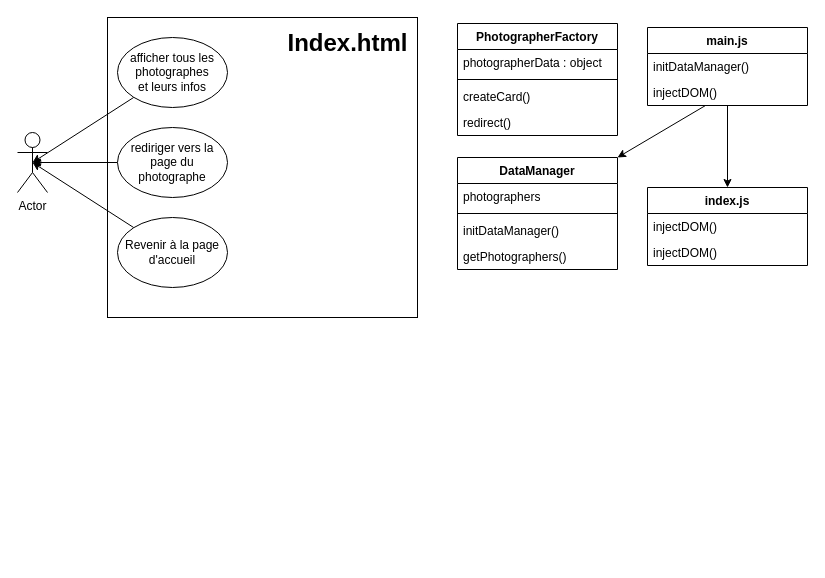
lokkotara/Front-End-Fisheye keeps this draw.io diagram as schema.drawio. Above is the earlier version. Source tidied: cells renumbered, new cells numbered last; positions are measured from the earlier drawing's top-left corner, leaving out a move shared by most shapes. Both pictures are drawn from the tidied source at 100%, with x=0, y=0 at pixel (17, 17).
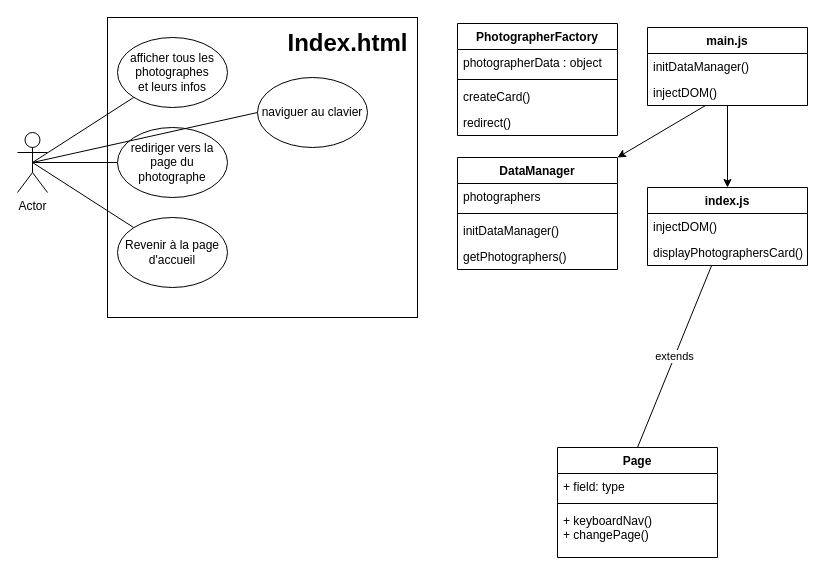
Above is the later version.

Unchanged cells that the change refers to:
```xml
<mxCell id="2" value="Actor" style="shape=umlActor;verticalLabelPosition=bottom;verticalAlign=top;html=1;outlineConnect=0;" parent="1" vertex="1">
  <mxGeometry y="115" width="30" height="60" as="geometry" />
</mxCell>
<mxCell id="5" value="afficher tous les photographes&lt;br&gt;et leurs infos" style="ellipse;whiteSpace=wrap;html=1;" parent="1" vertex="1">
  <mxGeometry x="100" y="20" width="110" height="70" as="geometry" />
</mxCell>
<mxCell id="7" value="rediriger vers la page du photographe" style="ellipse;whiteSpace=wrap;html=1;" parent="1" vertex="1">
  <mxGeometry x="100" y="110" width="110" height="70" as="geometry" />
</mxCell>
<mxCell id="9" value="Revenir à la page d'accueil" style="ellipse;whiteSpace=wrap;html=1;" parent="1" vertex="1">
  <mxGeometry x="100" y="200" width="110" height="70" as="geometry" />
</mxCell>
<mxCell id="20" value="index.js" style="swimlane;fontStyle=1;align=center;verticalAlign=top;horizontal=1;startSize=26;" parent="1" vertex="1">
  <mxGeometry x="630" y="170" width="160" height="78" as="geometry" />
</mxCell>
```

The edit, as a diff of the source:
```diff
@@
-    <mxCell id="4" style="edgeStyle=none;html=1;entryX=0.5;entryY=0.5;entryDx=0;entryDy=0;entryPerimeter=0;" parent="1" edge="1" source="5" target="2">
+    <mxCell id="4" style="edgeStyle=none;html=1;entryX=0.5;entryY=0.5;entryDx=0;entryDy=0;entryPerimeter=0;endArrow=none;endFill=0;" parent="1" edge="1" source="5" target="2">
       <mxGeometry relative="1" as="geometry" />
     </mxCell>
@@
-    <mxCell id="6" style="edgeStyle=none;html=1;entryX=0.5;entryY=0.5;entryDx=0;entryDy=0;entryPerimeter=0;" parent="1" edge="1" source="7" target="2">
+    <mxCell id="6" style="edgeStyle=none;html=1;entryX=0.5;entryY=0.5;entryDx=0;entryDy=0;entryPerimeter=0;endArrow=none;endFill=0;" parent="1" edge="1" source="7" target="2">
       <mxGeometry relative="1" as="geometry" />
     </mxCell>
@@
-    <mxCell id="8" style="edgeStyle=none;html=1;entryX=0.5;entryY=0.5;entryDx=0;entryDy=0;entryPerimeter=0;" parent="1" edge="1" source="9" target="2">
+    <mxCell id="8" style="edgeStyle=none;html=1;entryX=0.5;entryY=0.5;entryDx=0;entryDy=0;entryPerimeter=0;endArrow=none;endFill=0;" parent="1" edge="1" source="9" target="2">
       <mxGeometry relative="1" as="geometry" />
     </mxCell>
@@
-    <mxCell id="22" value="injectDOM()" style="text;strokeColor=none;fillColor=none;align=left;verticalAlign=top;spacingLeft=4;spacingRight=4;overflow=hidden;" parent="20" vertex="1">
+    <mxCell id="22" value="displayPhotographersCard()" style="text;strokeColor=none;fillColor=none;align=left;verticalAlign=top;spacingLeft=4;spacingRight=4;overflow=hidden;" parent="20" vertex="1">
       <mxGeometry y="52" width="160" height="26" as="geometry" />
     </mxCell>
@@
+    <mxCell id="29" style="edgeStyle=none;html=1;exitX=0;exitY=0.5;exitDx=0;exitDy=0;entryX=0.5;entryY=0.5;entryDx=0;entryDy=0;entryPerimeter=0;endArrow=none;endFill=0;" parent="1" edge="1" source="30" target="2">
+      <mxGeometry relative="1" as="geometry" />
+    </mxCell>
+    <mxCell id="30" value="naviguer au clavier" style="ellipse;whiteSpace=wrap;html=1;" parent="1" vertex="1">
+      <mxGeometry x="240" y="60" width="110" height="70" as="geometry" />
+    </mxCell>
+    <mxCell id="31" value="extends" style="edgeStyle=none;html=1;exitX=0.5;exitY=0;exitDx=0;exitDy=0;endArrow=none;endFill=0;" parent="1" edge="1" source="32" target="20">
+      <mxGeometry relative="1" as="geometry" />
+    </mxCell>
+    <mxCell id="32" value="Page" style="swimlane;fontStyle=1;align=center;verticalAlign=top;horizontal=1;startSize=26;" parent="1" vertex="1">
+      <mxGeometry x="540" y="430" width="160" height="110" as="geometry" />
+    </mxCell>
+    <mxCell id="33" value="+ field: type" style="text;strokeColor=none;fillColor=none;align=left;verticalAlign=top;spacingLeft=4;spacingRight=4;overflow=hidden;" parent="32" vertex="1">
+      <mxGeometry y="26" width="160" height="26" as="geometry" />
+    </mxCell>
+    <mxCell id="34" style="line;strokeWidth=1;fillColor=none;align=left;verticalAlign=middle;spacingTop=-1;spacingLeft=3;spacingRight=3;labelPosition=right;" parent="32" vertex="1">
+      <mxGeometry y="52" width="160" height="8" as="geometry" />
+    </mxCell>
+    <mxCell id="35" value="+ keyboardNav()&#10;+ changePage()" style="text;strokeColor=none;fillColor=none;align=left;verticalAlign=top;spacingLeft=4;spacingRight=4;overflow=hidden;" parent="32" vertex="1">
+      <mxGeometry y="60" width="160" height="50" as="geometry" />
+    </mxCell>
```
